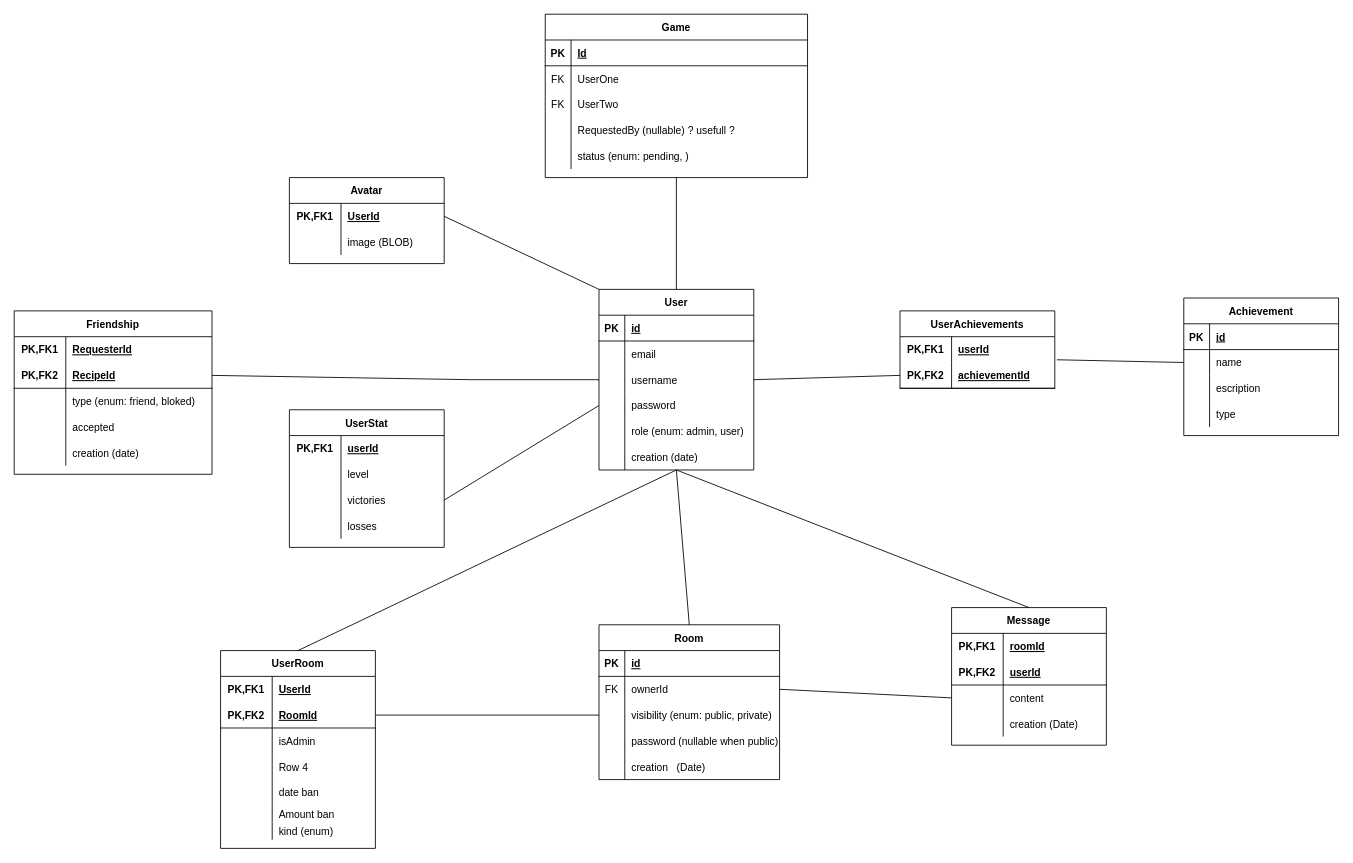
This is reference/db-schema-tables.drawio from Working-From-Home/ft_transcendence, a draw.io file, before an edit. Source tidied: cells renumbered, new cells numbered last; positions are measured from the earlier drawing's top-left corner, leaving out a move shared by most shapes. Both pictures are drawn from the tidied source at 86%, with x=0, y=0 at pixel (14, 14).
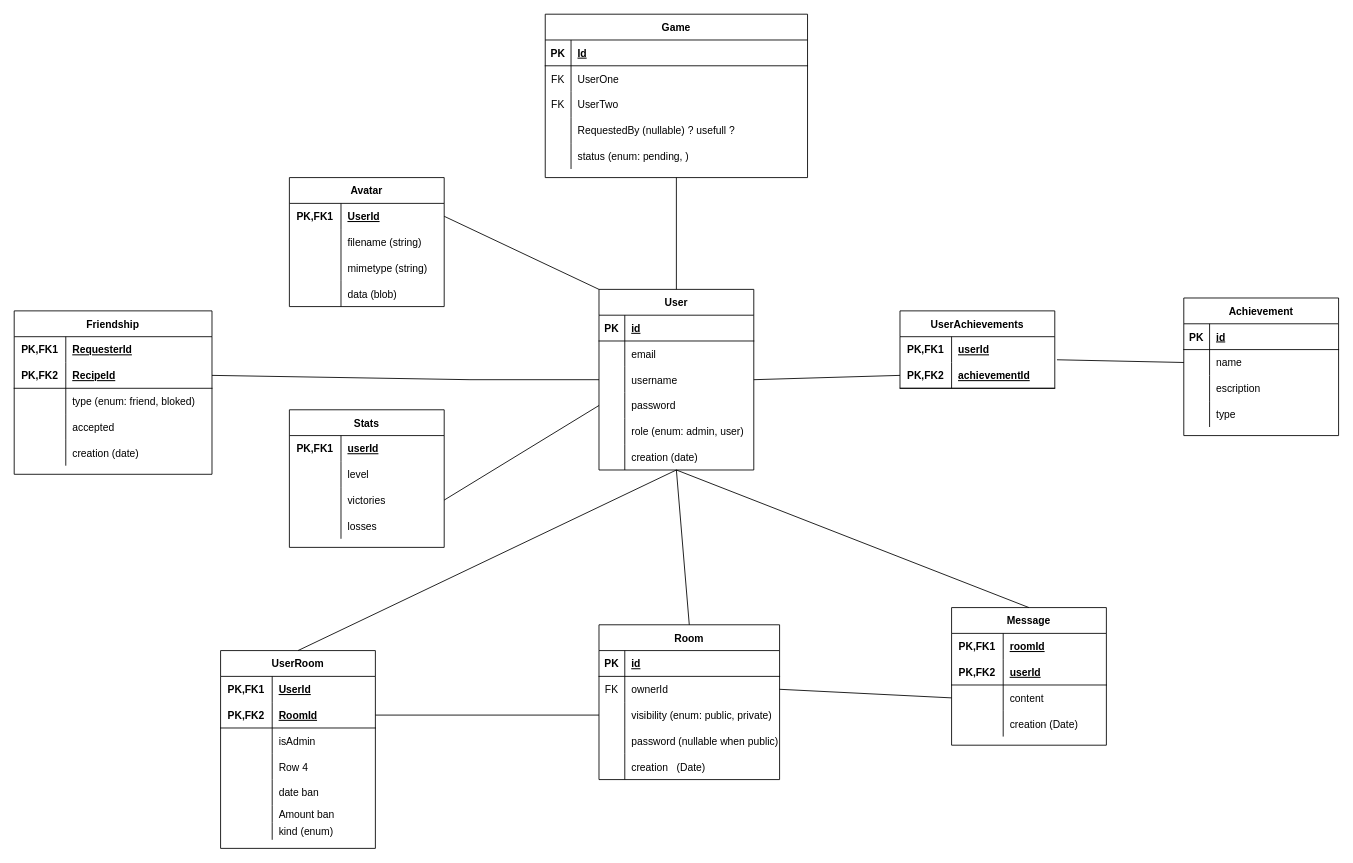
After the change.

Commit message (it also covers changes not shown here):
stats controller

The change refers to these unchanged cells:
```xml
<mxCell id="150" style="shape=partialRectangle;fillColor=none;top=0;left=0;bottom=0;right=0;" parent="146" vertex="1">
  <mxGeometry y="60" width="180" height="30" as="geometry" />
</mxCell>
```

What changed in the source:
```diff
@@
-    <mxCell id="133" value="UserStat" style="shape=table;startSize=30;childLayout=tableLayout;rowLines=0;fontStyle=1;align=center;" parent="1" vertex="1">
+    <mxCell id="133" value="Stats" style="shape=table;startSize=30;childLayout=tableLayout;rowLines=0;fontStyle=1;align=center;" parent="1" vertex="1">
       <mxGeometry x="320" y="460" width="180" height="160" as="geometry" />
     </mxCell>
@@
     <mxCell id="146" value="Avatar" style="shape=table;startSize=30;childLayout=tableLayout;rowLines=0;fontStyle=1;align=center;" parent="1" vertex="1">
-      <mxGeometry x="320" y="190" width="180" height="100" as="geometry" />
+      <mxGeometry x="320" y="190" width="180" height="150" as="geometry" />
     </mxCell>
@@
-    <mxCell id="152" value="image (BLOB)" style="shape=partialRectangle;fillColor=none;top=0;left=0;bottom=0;right=0;align=left;spacingLeft=6;overflow=hidden;" parent="150" vertex="1">
+    <mxCell id="152" value="filename (string)" style="shape=partialRectangle;fillColor=none;top=0;left=0;bottom=0;right=0;align=left;spacingLeft=6;overflow=hidden;" parent="150" vertex="1">
       <mxGeometry x="60" width="120" height="30" as="geometry" />
     </mxCell>
+    <mxCell id="155" style="shape=partialRectangle;fillColor=none;top=0;left=0;bottom=0;right=0;" parent="146" vertex="1">
+      <mxGeometry y="90" width="180" height="30" as="geometry" />
+    </mxCell>
+    <mxCell id="156" style="shape=partialRectangle;fillColor=none;top=0;left=0;bottom=0;right=0;overflow=hidden;" parent="155" vertex="1">
+      <mxGeometry width="60" height="30" as="geometry" />
+    </mxCell>
+    <mxCell id="157" value="mimetype (string)" style="shape=partialRectangle;fillColor=none;top=0;left=0;bottom=0;right=0;align=left;spacingLeft=6;overflow=hidden;" parent="155" vertex="1">
+      <mxGeometry x="60" width="120" height="30" as="geometry" />
+    </mxCell>
+    <mxCell id="158" style="shape=partialRectangle;fillColor=none;top=0;left=0;bottom=0;right=0;" parent="146" vertex="1">
+      <mxGeometry y="120" width="180" height="30" as="geometry" />
+    </mxCell>
+    <mxCell id="159" style="shape=partialRectangle;fillColor=none;top=0;left=0;bottom=0;right=0;overflow=hidden;" parent="158" vertex="1">
+      <mxGeometry width="60" height="30" as="geometry" />
+    </mxCell>
+    <mxCell id="160" value="data (blob)" style="shape=partialRectangle;fillColor=none;top=0;left=0;bottom=0;right=0;align=left;spacingLeft=6;overflow=hidden;" parent="158" vertex="1">
+      <mxGeometry x="60" width="120" height="30" as="geometry" />
+    </mxCell>
```
